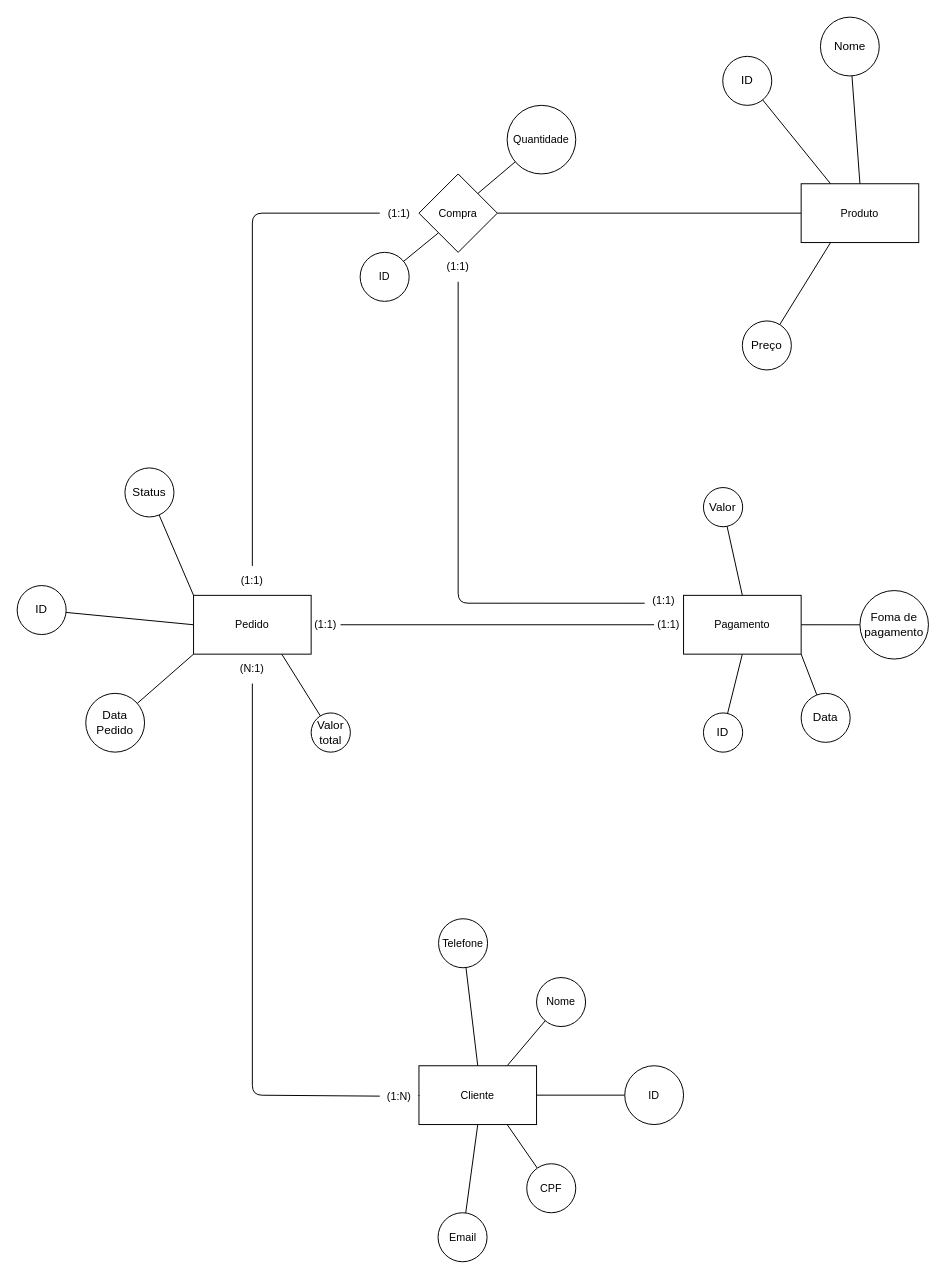
marcel-aita/DEVNOITE keeps this draw.io diagram as page "Sistema de Gerenciamento de E-commerce" (2 of 3) of BD/Exercicios_DER/exercicios_DER_2.drawio. Above is the earlier version. Source tidied: cells renumbered, new cells numbered last; positions are measured from the earlier drawing's top-left corner, leaving out a move shared by most shapes. Both pictures are drawn from the tidied source at 98%, with x=0, y=0 at pixel (17, 17).
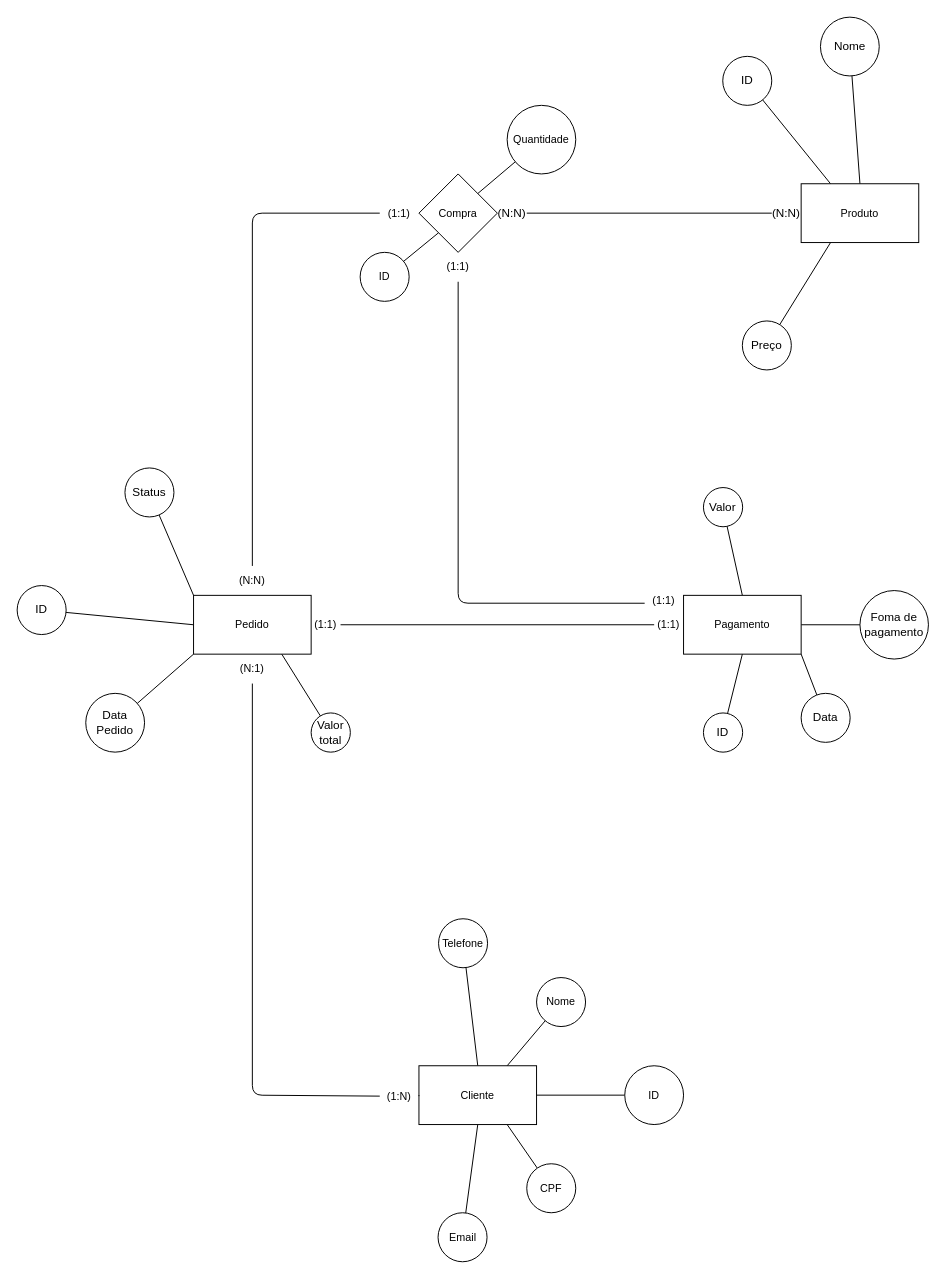
Above is the later version.

The change refers to these unchanged cells:
```xml
<mxCell id="41" value="Compra" style="rhombus;whiteSpace=wrap;html=1;strokeColor=default;align=center;verticalAlign=middle;fontFamily=Helvetica;fontSize=11;fontColor=default;labelBackgroundColor=default;fillColor=default;" parent="1" vertex="1">
  <mxGeometry x="410" y="160" width="80" height="80" as="geometry" />
</mxCell>
<mxCell id="45" value="Produto" style="rounded=0;whiteSpace=wrap;html=1;strokeColor=default;align=center;verticalAlign=middle;fontFamily=Helvetica;fontSize=11;fontColor=default;labelBackgroundColor=default;fillColor=default;" parent="1" vertex="1">
  <mxGeometry x="800" y="170" width="120" height="60" as="geometry" />
</mxCell>
```

What changed in the source:
```diff
@@
-    <mxCell id="28" value="(1:1)" style="text;html=1;align=center;verticalAlign=middle;whiteSpace=wrap;rounded=0;fontFamily=Helvetica;fontSize=11;fontColor=default;labelBackgroundColor=default;" parent="1" vertex="1">
+    <mxCell id="28" value="(N:N)" style="text;html=1;align=center;verticalAlign=middle;whiteSpace=wrap;rounded=0;fontFamily=Helvetica;fontSize=11;fontColor=default;labelBackgroundColor=default;" parent="1" vertex="1">
       <mxGeometry x="210" y="560" width="60" height="30" as="geometry" />
     </mxCell>
@@
-    <mxCell id="40" style="edgeStyle=none;shape=connector;rounded=1;html=1;exitX=1;exitY=0.5;exitDx=0;exitDy=0;strokeColor=default;align=center;verticalAlign=middle;fontFamily=Helvetica;fontSize=11;fontColor=default;labelBackgroundColor=default;endArrow=none;endFill=0;" parent="1" edge="1" source="41" target="45">
+    <mxCell id="40" style="edgeStyle=none;shape=connector;rounded=1;html=1;exitX=1;exitY=0.5;exitDx=0;exitDy=0;strokeColor=default;align=center;verticalAlign=middle;fontFamily=Helvetica;fontSize=11;fontColor=default;labelBackgroundColor=default;endArrow=none;endFill=0;" parent="1" edge="1" source="66" target="45">
       <mxGeometry relative="1" as="geometry" />
     </mxCell>
@@
+    <mxCell id="63" style="edgeStyle=none;shape=connector;rounded=1;html=1;exitX=1;exitY=0.5;exitDx=0;exitDy=0;strokeColor=default;align=center;verticalAlign=middle;fontFamily=Helvetica;fontSize=11;fontColor=default;labelBackgroundColor=default;endArrow=none;endFill=0;" parent="1" edge="1" source="41" target="64">
+      <mxGeometry relative="1" as="geometry" />
+    </mxCell>
+    <mxCell id="64" value="(N:N)" style="text;html=1;align=center;verticalAlign=middle;whiteSpace=wrap;rounded=0;" parent="1" vertex="1">
+      <mxGeometry x="490" y="185" width="30" height="30" as="geometry" />
+    </mxCell>
+    <mxCell id="65" style="edgeStyle=none;shape=connector;rounded=1;html=1;exitX=1;exitY=0.5;exitDx=0;exitDy=0;strokeColor=default;align=center;verticalAlign=middle;fontFamily=Helvetica;fontSize=11;fontColor=default;labelBackgroundColor=default;endArrow=none;endFill=0;" parent="1" edge="1" source="64" target="66">
+      <mxGeometry relative="1" as="geometry" />
+    </mxCell>
+    <mxCell id="66" value="(N:N)" style="text;html=1;align=center;verticalAlign=middle;whiteSpace=wrap;rounded=0;" parent="1" vertex="1">
+      <mxGeometry x="770" y="185" width="30" height="30" as="geometry" />
+    </mxCell>
```
